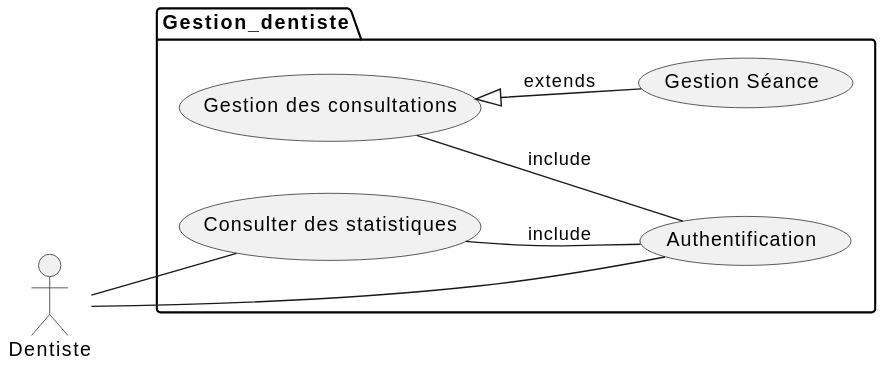
This is docs/Gestion_dentiste/images/cas-utilisation.svg from cnmh/cnmh, a PlantUML export, as it was before one commit. The source it was exported from:
```plantuml
@startuml
left to right direction

actor Dentiste as dentiste

package "Gestion_dentiste" {

  dentiste -- (Authentification)
  dentiste -- (Consulter des statistiques)

  (Gestion des consultations) <|-- (Gestion Séance) : extends
  (Gestion des consultations) -- (Authentification) : include
  (Consulter des statistiques) -- (Authentification) : include
}
@enduml
```
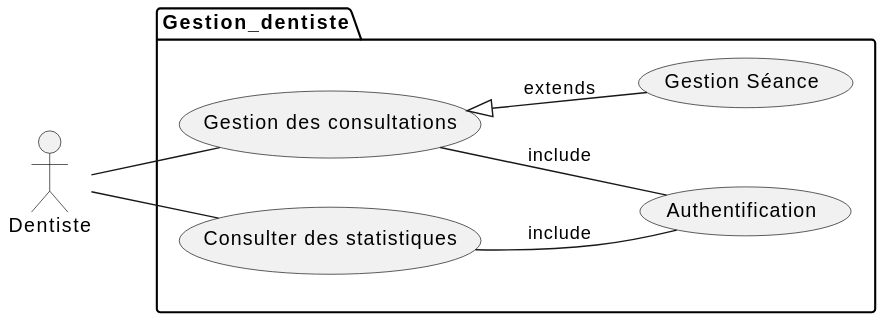
The same file after the commit.

What changed in the source:
```diff
@@ -5,7 +5,7 @@
 
 package "Gestion_dentiste" {
 
-  dentiste -- (Authentification)
+  dentiste -- (Gestion des consultations)
   dentiste -- (Consulter des statistiques)
 
   (Gestion des consultations) <|-- (Gestion Séance) : extends
```
